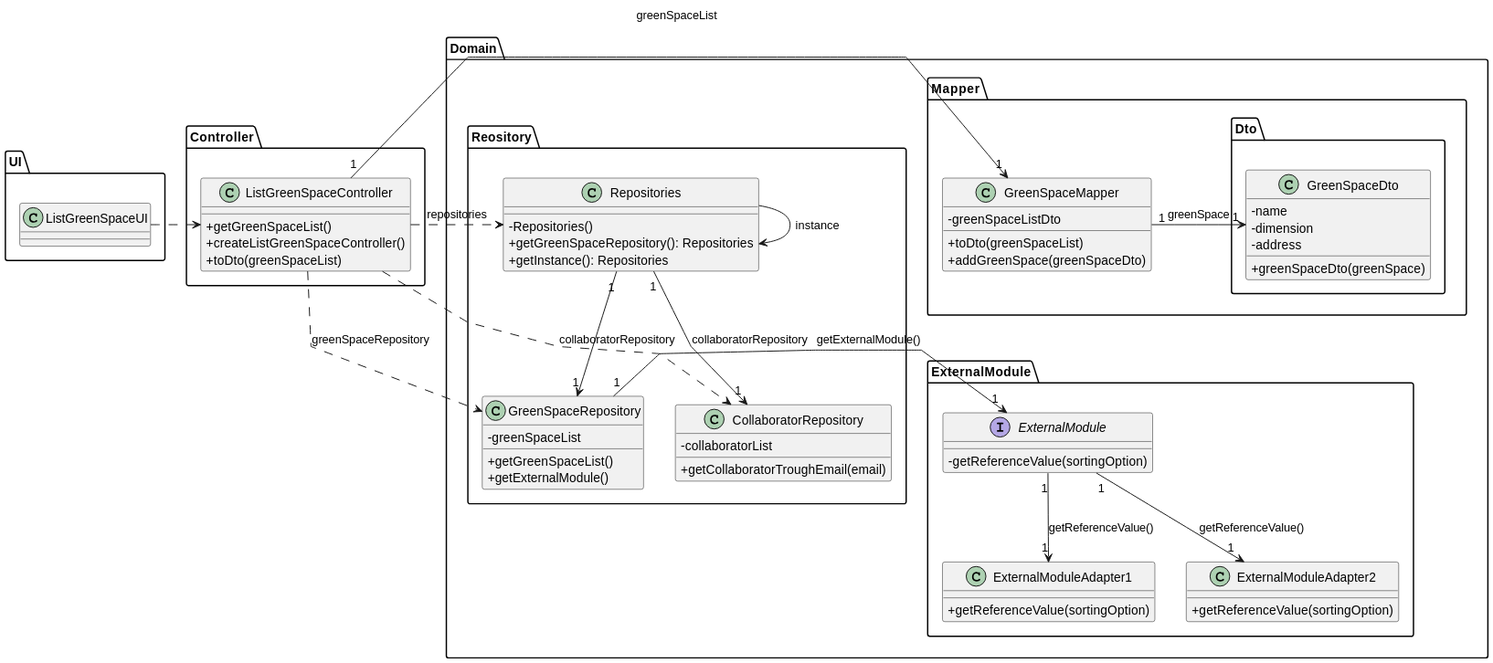
Before: docs/sprintC/us027/03.design/svg/us027-class-diagram.svg, a diagram exported from PlantUML (diogoveirospro/lei-24-s2-1dg-g072).
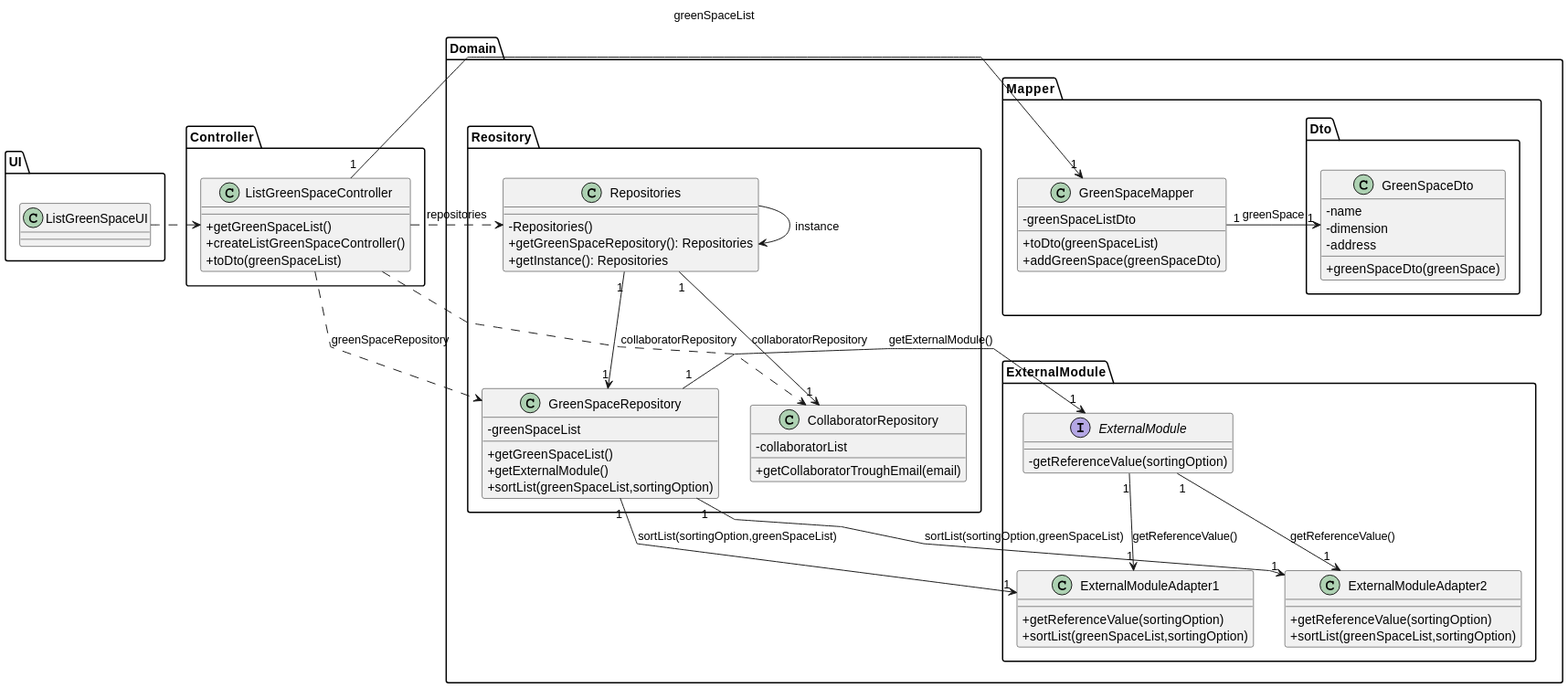
Above is the later version.

Change to the diagram source:
```diff
@@ -25,9 +25,11 @@
 }
 class ExternalModuleAdapter1{
     + getReferenceValue(sortingOption)
+    + sortList(greenSpaceList,sortingOption)
 }
 class ExternalModuleAdapter2{
     + getReferenceValue(sortingOption)
+    + sortList(greenSpaceList,sortingOption)
 }
 }
 package Mapper{
@@ -50,6 +52,7 @@
     - greenSpaceList
     + getGreenSpaceList()
     + getExternalModule()
+    + sortList(greenSpaceList,sortingOption)
 }
 class CollaboratorRepository{
     - collaboratorList
@@ -75,4 +78,6 @@
 GreenSpaceRepository "1" -> "1" EM : getExternalModule()
 EM "1" --> "1" ExternalModuleAdapter1 : getReferenceValue()
 EM "1" --> "1" ExternalModuleAdapter2 : getReferenceValue()
+GreenSpaceRepository "1" -> "1" ExternalModuleAdapter1 : sortList(sortingOption,greenSpaceList)
+GreenSpaceRepository "1" -> "1" ExternalModuleAdapter2 : sortList(sortingOption,greenSpaceList)
 @enduml
```
